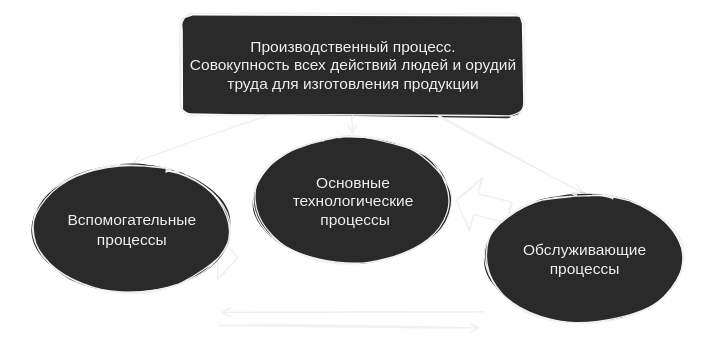
Earlier version of the draw.io export Цифровое производство/Структура производственных процессов.svg (FoMiN12/Obsidian-Vault). Source tidied: cells renumbered, new cells last; positions are measured from the earlier drawing's top-left corner, leaving out a move shared by most shapes. Its diagram source:
```xml
<mxGraphModel>
  <root>
    <mxCell id="0" />
    <mxCell id="1" parent="0" />
    <mxCell id="2" value="Производственный процесс.&lt;br&gt;Совокупность всех действий людей и орудий труда для изготовления продукции" style="rounded=1;whiteSpace=wrap;html=1;" parent="1" vertex="1">
      <mxGeometry x="118" width="266" height="79" as="geometry" />
    </mxCell>
    <mxCell id="3" style="edgeStyle=none;curved=1;rounded=0;jettySize=auto;html=1;endArrow=open;sourcePerimeterSpacing=8;targetPerimeterSpacing=8;fontSize=16;sketch=1;exitX=0.25;exitY=1;exitDx=0;exitDy=0;entryX=0.5;entryY=0;entryDx=0;entryDy=0;" parent="1" edge="1" source="2" target="11">
      <mxGeometry relative="1" as="geometry" />
    </mxCell>
    <mxCell id="4" style="edgeStyle=none;curved=1;rounded=0;jettySize=auto;html=1;endArrow=open;sourcePerimeterSpacing=8;targetPerimeterSpacing=8;fontSize=16;sketch=1;exitX=0.5;exitY=1;exitDx=0;exitDy=0;entryX=0.5;entryY=0;entryDx=0;entryDy=0;" parent="1" edge="1" source="2" target="10">
      <mxGeometry relative="1" as="geometry" />
    </mxCell>
    <mxCell id="5" style="edgeStyle=none;curved=1;rounded=0;jettySize=auto;html=1;endArrow=open;sourcePerimeterSpacing=8;targetPerimeterSpacing=8;fontSize=16;sketch=1;exitX=0.75;exitY=1;exitDx=0;exitDy=0;entryX=0.5;entryY=0;entryDx=0;entryDy=0;" parent="1" edge="1" source="2" target="12">
      <mxGeometry relative="1" as="geometry" />
    </mxCell>
    <mxCell id="6" style="edgeStyle=none;curved=1;rounded=0;orthogonalLoop=1;jettySize=auto;html=1;endArrow=open;sourcePerimeterSpacing=8;targetPerimeterSpacing=8;fontSize=16;sketch=1;shape=flexArrow;rounded=1;startSize=8;endSize=4.811764705882353;exitX=1;exitY=0.5;exitDx=0;exitDy=0;entryX=0.011;entryY=0.907;entryDx=0;entryDy=0;entryPerimeter=0;endWidth=25.88235294117647;width=7.0588235294117645;" parent="1" edge="1">
      <mxGeometry relative="1" as="geometry">
        <mxPoint x="145" y="188.5" as="sourcePoint" />
        <mxPoint x="163" y="188.5" as="targetPoint" />
      </mxGeometry>
    </mxCell>
    <mxCell id="7" style="edgeStyle=none;curved=1;rounded=0;jettySize=auto;html=1;endArrow=open;sourcePerimeterSpacing=8;targetPerimeterSpacing=8;fontSize=16;sketch=1;shape=flexArrow;rounded=1;startSize=8;endSize=4.833333333333333;exitX=0;exitY=0;exitDx=0;exitDy=0;endWidth=25.833333333333336;width=15.833333333333334;entryX=1;entryY=0.5;entryDx=0;entryDy=0;" parent="1" edge="1" source="12" target="10">
      <mxGeometry relative="1" as="geometry" />
    </mxCell>
    <mxCell id="8" style="edgeStyle=none;curved=1;rounded=0;orthogonalLoop=1;jettySize=auto;html=1;endArrow=open;sourcePerimeterSpacing=8;targetPerimeterSpacing=8;fontSize=16;sketch=1;exitX=1.013;exitY=0.88;exitDx=0;exitDy=0;exitPerimeter=0;" parent="1" edge="1">
      <mxGeometry relative="1" as="geometry">
        <mxPoint x="147.7" y="241.3" as="sourcePoint" />
        <mxPoint x="350" y="243" as="targetPoint" />
      </mxGeometry>
    </mxCell>
    <mxCell id="9" style="edgeStyle=none;curved=1;rounded=0;orthogonalLoop=1;jettySize=auto;html=1;endArrow=open;sourcePerimeterSpacing=8;targetPerimeterSpacing=8;fontSize=16;sketch=1;exitX=-0.013;exitY=0.831;exitDx=0;exitDy=0;exitPerimeter=0;" parent="1" edge="1">
      <mxGeometry relative="1" as="geometry">
        <mxPoint x="352.7" y="230.4" as="sourcePoint" />
        <mxPoint x="149" y="231" as="targetPoint" />
      </mxGeometry>
    </mxCell>
    <mxCell id="10" value="Основные&lt;br&gt;технологические&lt;br style=&quot;padding: 0px ; margin: 0px&quot;&gt;&amp;nbsp;процессы" style="ellipse;whiteSpace=wrap;html=1;" parent="1" vertex="1">
      <mxGeometry x="171" y="94" width="160" height="100" as="geometry" />
    </mxCell>
    <mxCell id="11" value="Вспомогательные&lt;br&gt;процессы" style="ellipse;whiteSpace=wrap;html=1;" parent="1" vertex="1">
      <mxGeometry y="116" width="160" height="100" as="geometry" />
    </mxCell>
    <mxCell id="12" value="Обслуживающие&lt;br&gt;процессы" style="ellipse;whiteSpace=wrap;html=1;" parent="1" vertex="1">
      <mxGeometry x="350" y="139" width="160" height="100" as="geometry" />
    </mxCell>
  </root>
</mxGraphModel>
```
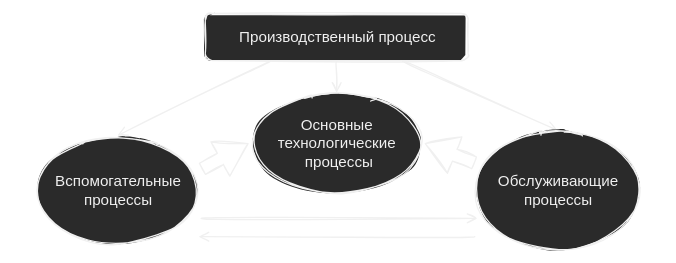
The same file after the commit.

What changed in the source:
```diff
@@ -2,47 +2,47 @@
   <root>
     <mxCell id="0" />
     <mxCell id="1" parent="0" />
+    <mxCell id="13" style="group;" parent="1" vertex="1">
+      <mxGeometry x="27" y="48" width="482" height="187" as="geometry" />
+    </mxCell>
-    <mxCell id="2" value="Производственный процесс.&lt;br&gt;Совокупность всех действий людей и орудий труда для изготовления продукции" style="rounded=1;whiteSpace=wrap;html=1;" parent="1" vertex="1">
-      <mxGeometry x="118" width="266" height="79" as="geometry" />
+    <mxCell id="2" value="Производственный процесс" style="rounded=1;whiteSpace=wrap;html=1;" parent="13" vertex="1">
+      <mxGeometry x="136" width="207.8" height="37.5" as="geometry" />
     </mxCell>
-    <mxCell id="3" style="edgeStyle=none;curved=1;rounded=0;jettySize=auto;html=1;endArrow=open;sourcePerimeterSpacing=8;targetPerimeterSpacing=8;fontSize=16;sketch=1;exitX=0.25;exitY=1;exitDx=0;exitDy=0;entryX=0.5;entryY=0;entryDx=0;entryDy=0;" parent="1" edge="1" source="2" target="11">
+    <mxCell id="3" style="edgeStyle=none;curved=1;rounded=0;jettySize=auto;html=1;endArrow=open;sourcePerimeterSpacing=8;targetPerimeterSpacing=8;fontSize=16;sketch=1;exitX=0.25;exitY=1;exitDx=0;exitDy=0;entryX=0.5;entryY=0;entryDx=0;entryDy=0;" parent="13" edge="1" source="2" target="11">
       <mxGeometry relative="1" as="geometry" />
     </mxCell>
-    <mxCell id="4" style="edgeStyle=none;curved=1;rounded=0;jettySize=auto;html=1;endArrow=open;sourcePerimeterSpacing=8;targetPerimeterSpacing=8;fontSize=16;sketch=1;exitX=0.5;exitY=1;exitDx=0;exitDy=0;entryX=0.5;entryY=0;entryDx=0;entryDy=0;" parent="1" edge="1" source="2" target="10">
+    <mxCell id="4" style="edgeStyle=none;curved=1;rounded=0;jettySize=auto;html=1;endArrow=open;sourcePerimeterSpacing=8;targetPerimeterSpacing=8;fontSize=16;sketch=1;exitX=0.5;exitY=1;exitDx=0;exitDy=0;entryX=0.5;entryY=0;entryDx=0;entryDy=0;" parent="13" edge="1" source="2" target="10">
       <mxGeometry relative="1" as="geometry" />
     </mxCell>
-    <mxCell id="5" style="edgeStyle=none;curved=1;rounded=0;jettySize=auto;html=1;endArrow=open;sourcePerimeterSpacing=8;targetPerimeterSpacing=8;fontSize=16;sketch=1;exitX=0.75;exitY=1;exitDx=0;exitDy=0;entryX=0.5;entryY=0;entryDx=0;entryDy=0;" parent="1" edge="1" source="2" target="12">
+    <mxCell id="5" style="edgeStyle=none;curved=1;rounded=0;jettySize=auto;html=1;endArrow=open;sourcePerimeterSpacing=8;targetPerimeterSpacing=8;fontSize=16;sketch=1;exitX=0.75;exitY=1;exitDx=0;exitDy=0;entryX=0.5;entryY=0;entryDx=0;entryDy=0;" parent="13" edge="1" source="2" target="12">
       <mxGeometry relative="1" as="geometry" />
     </mxCell>
-    <mxCell id="6" style="edgeStyle=none;curved=1;rounded=0;orthogonalLoop=1;jettySize=auto;html=1;endArrow=open;sourcePerimeterSpacing=8;targetPerimeterSpacing=8;fontSize=16;sketch=1;shape=flexArrow;rounded=1;startSize=8;endSize=4.811764705882353;exitX=1;exitY=0.5;exitDx=0;exitDy=0;entryX=0.011;entryY=0.907;entryDx=0;entryDy=0;entryPerimeter=0;endWidth=25.88235294117647;width=7.0588235294117645;" parent="1" edge="1">
-      <mxGeometry relative="1" as="geometry">
-        <mxPoint x="145" y="188.5" as="sourcePoint" />
-        <mxPoint x="163" y="188.5" as="targetPoint" />
-      </mxGeometry>
-    </mxCell>
-    <mxCell id="7" style="edgeStyle=none;curved=1;rounded=0;jettySize=auto;html=1;endArrow=open;sourcePerimeterSpacing=8;targetPerimeterSpacing=8;fontSize=16;sketch=1;shape=flexArrow;rounded=1;startSize=8;endSize=4.833333333333333;exitX=0;exitY=0;exitDx=0;exitDy=0;endWidth=25.833333333333336;width=15.833333333333334;entryX=1;entryY=0.5;entryDx=0;entryDy=0;" parent="1" edge="1" source="12" target="10">
-      <mxGeometry relative="1" as="geometry" />
-    </mxCell>
-    <mxCell id="8" style="edgeStyle=none;curved=1;rounded=0;orthogonalLoop=1;jettySize=auto;html=1;endArrow=open;sourcePerimeterSpacing=8;targetPerimeterSpacing=8;fontSize=16;sketch=1;exitX=1.013;exitY=0.88;exitDx=0;exitDy=0;exitPerimeter=0;" parent="1" edge="1">
-      <mxGeometry relative="1" as="geometry">
-        <mxPoint x="147.7" y="241.3" as="sourcePoint" />
-        <mxPoint x="350" y="243" as="targetPoint" />
-      </mxGeometry>
-    </mxCell>
-    <mxCell id="9" style="edgeStyle=none;curved=1;rounded=0;orthogonalLoop=1;jettySize=auto;html=1;endArrow=open;sourcePerimeterSpacing=8;targetPerimeterSpacing=8;fontSize=16;sketch=1;exitX=-0.013;exitY=0.831;exitDx=0;exitDy=0;exitPerimeter=0;" parent="1" edge="1">
-      <mxGeometry relative="1" as="geometry">
-        <mxPoint x="352.7" y="230.4" as="sourcePoint" />
-        <mxPoint x="149" y="231" as="targetPoint" />
-      </mxGeometry>
-    </mxCell>
-    <mxCell id="10" value="Основные&lt;br&gt;технологические&lt;br style=&quot;padding: 0px ; margin: 0px&quot;&gt;&amp;nbsp;процессы" style="ellipse;whiteSpace=wrap;html=1;" parent="1" vertex="1">
-      <mxGeometry x="171" y="94" width="160" height="100" as="geometry" />
+    <mxCell id="10" value="Основные&lt;br&gt;технологические&lt;br style=&quot;padding: 0px ; margin: 0px&quot;&gt;&amp;nbsp;процессы" style="ellipse;whiteSpace=wrap;html=1;" parent="13" vertex="1">
+      <mxGeometry x="170.3" y="62.9" width="139.2" height="79.9" as="geometry" />
     </mxCell>
-    <mxCell id="11" value="Вспомогательные&lt;br&gt;процессы" style="ellipse;whiteSpace=wrap;html=1;" parent="1" vertex="1">
-      <mxGeometry y="116" width="160" height="100" as="geometry" />
+    <mxCell id="11" value="Вспомогательные&lt;br&gt;процессы" style="ellipse;whiteSpace=wrap;html=1;" parent="13" vertex="1">
+      <mxGeometry y="96.8" width="132.8" height="85.9" as="geometry" />
     </mxCell>
-    <mxCell id="12" value="Обслуживающие&lt;br&gt;процессы" style="ellipse;whiteSpace=wrap;html=1;" parent="1" vertex="1">
-      <mxGeometry x="350" y="139" width="160" height="100" as="geometry" />
+    <mxCell id="12" value="Обслуживающие&lt;br&gt;процессы" style="ellipse;whiteSpace=wrap;html=1;" parent="13" vertex="1">
+      <mxGeometry x="347" y="92.6" width="135" height="94.4" as="geometry" />
     </mxCell>
+    <mxCell id="14" style="edgeStyle=none;curved=1;rounded=0;jettySize=auto;html=1;endArrow=open;sourcePerimeterSpacing=8;targetPerimeterSpacing=8;fontSize=16;sketch=1;shape=flexArrow;rounded=1;startSize=8;endSize=8;exitX=1.004;exitY=0.308;exitDx=0;exitDy=0;entryX=0;entryY=0.5;entryDx=0;entryDy=0;exitPerimeter=0;" parent="13" edge="1" source="11" target="10">
+      <mxGeometry relative="1" as="geometry" />
+    </mxCell>
+    <mxCell id="7" style="edgeStyle=none;curved=1;rounded=0;jettySize=auto;html=1;endArrow=open;sourcePerimeterSpacing=8;targetPerimeterSpacing=8;fontSize=16;sketch=1;shape=flexArrow;rounded=1;startSize=8;endSize=8;exitX=0.015;exitY=0.274;exitDx=0;exitDy=0;entryX=1;entryY=0.5;entryDx=0;entryDy=0;exitPerimeter=0;" parent="13" edge="1" source="12" target="10">
+      <mxGeometry relative="1" as="geometry" />
+    </mxCell>
+    <mxCell id="15" style="edgeStyle=none;curved=1;rounded=0;orthogonalLoop=1;jettySize=auto;html=1;endArrow=open;sourcePerimeterSpacing=8;targetPerimeterSpacing=8;fontSize=16;sketch=1;" parent="13" edge="1">
+      <mxGeometry relative="1" as="geometry">
+        <mxPoint x="132.8" y="162.2" as="sourcePoint" />
+        <mxPoint x="351.3" y="162.2" as="targetPoint" />
+      </mxGeometry>
+    </mxCell>
+    <mxCell id="16" style="edgeStyle=none;curved=1;rounded=0;orthogonalLoop=1;jettySize=auto;html=1;endArrow=open;sourcePerimeterSpacing=8;targetPerimeterSpacing=8;fontSize=16;sketch=1;" parent="13" edge="1">
+      <mxGeometry relative="1" as="geometry">
+        <mxPoint x="349.2" y="176.7" as="sourcePoint" />
+        <mxPoint x="130.7" y="176.7" as="targetPoint" />
+      </mxGeometry>
+    </mxCell>
   </root>
 </mxGraphModel>
```
